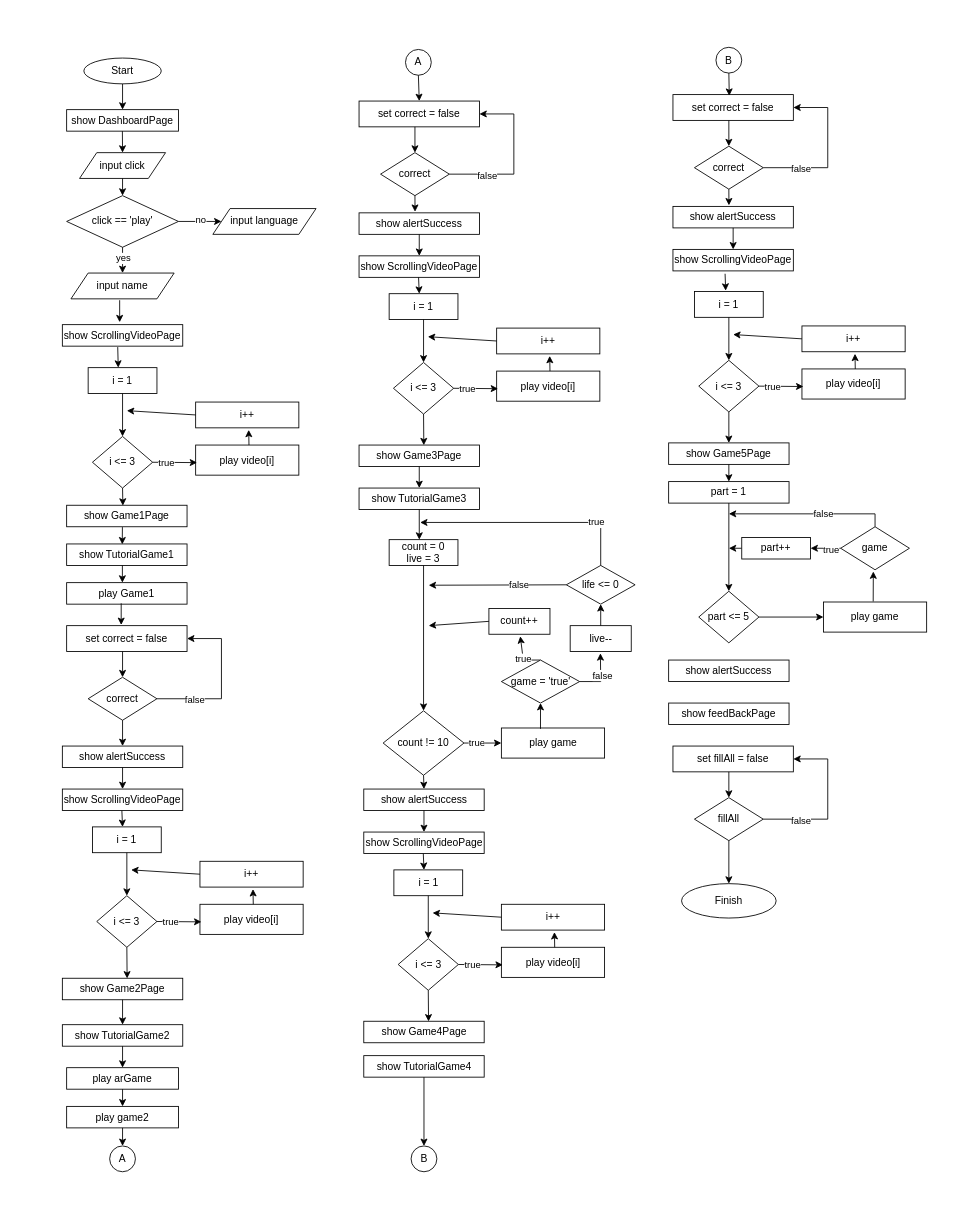
Wahdaapf/WRI keeps this draw.io diagram as Untitled Diagram.drawio. Above is the earlier version. Source tidied: cells renumbered, new cells numbered last; positions are measured from the earlier drawing's top-left corner, leaving out a move shared by most shapes. Both pictures are drawn from the tidied source at 86%, with x=0, y=0 at pixel (62, 47).
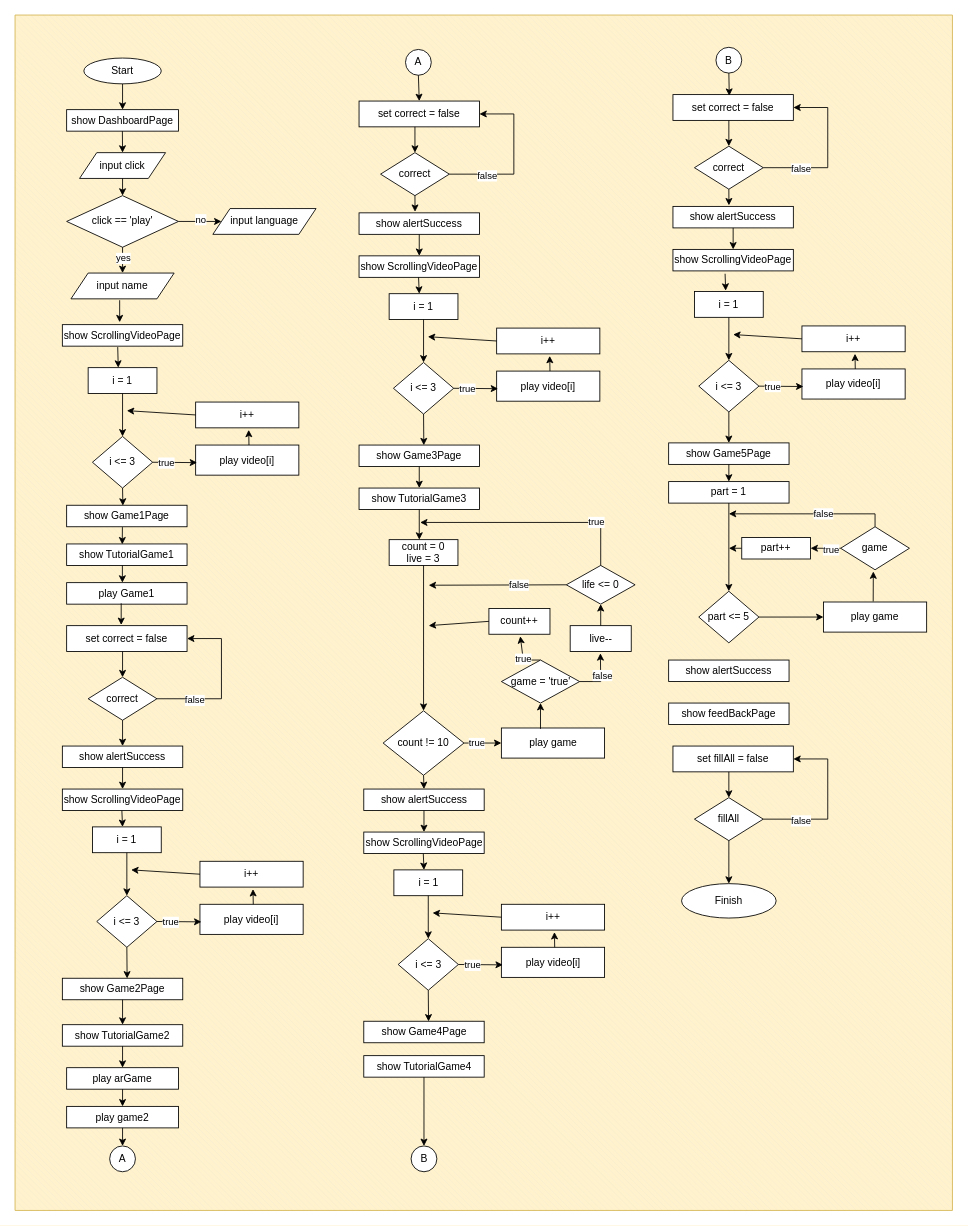
The same page after the edit.

Change to the diagram source:
```diff
@@
+    <mxCell id="175" style="verticalLabelPosition=bottom;verticalAlign=top;html=1;shape=mxgraph.basic.patternFillRect;fillStyle=diagRev;step=5;fillStrokeWidth=0.2;fillStrokeColor=#dddddd;fillColor=#fff2cc;strokeColor=#d6b656;textShadow=0;" parent="1" vertex="1">
+      <mxGeometry x="-55" y="-38" width="1090" height="1390" as="geometry" />
+    </mxCell>
```
